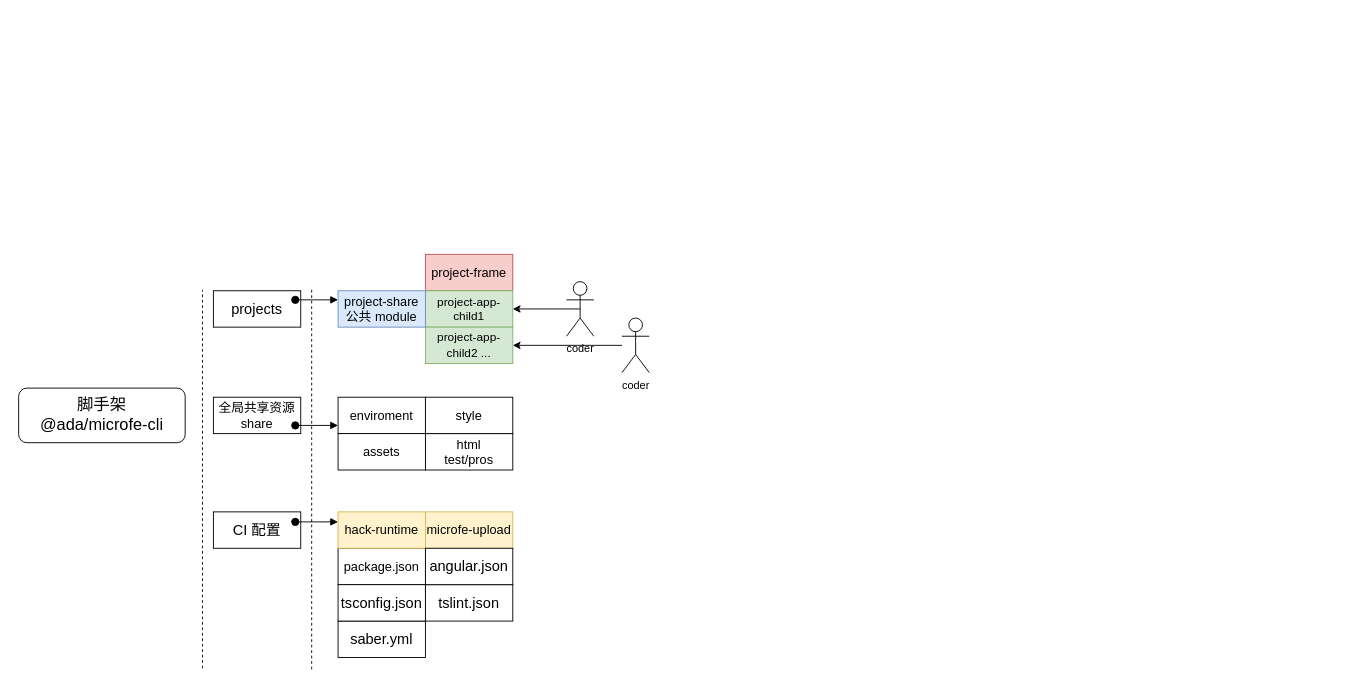
Above: packages/Untitled Diagram.drawio in Tony-Liuduan/micro-demo (draw.io), before the change. Source tidied: cells renumbered, new cells numbered last; positions are measured from the earlier drawing's top-left corner, leaving out a move shared by most shapes. Both pictures are drawn from the tidied source at 91%, with x=0, y=0 at pixel (18, 254).
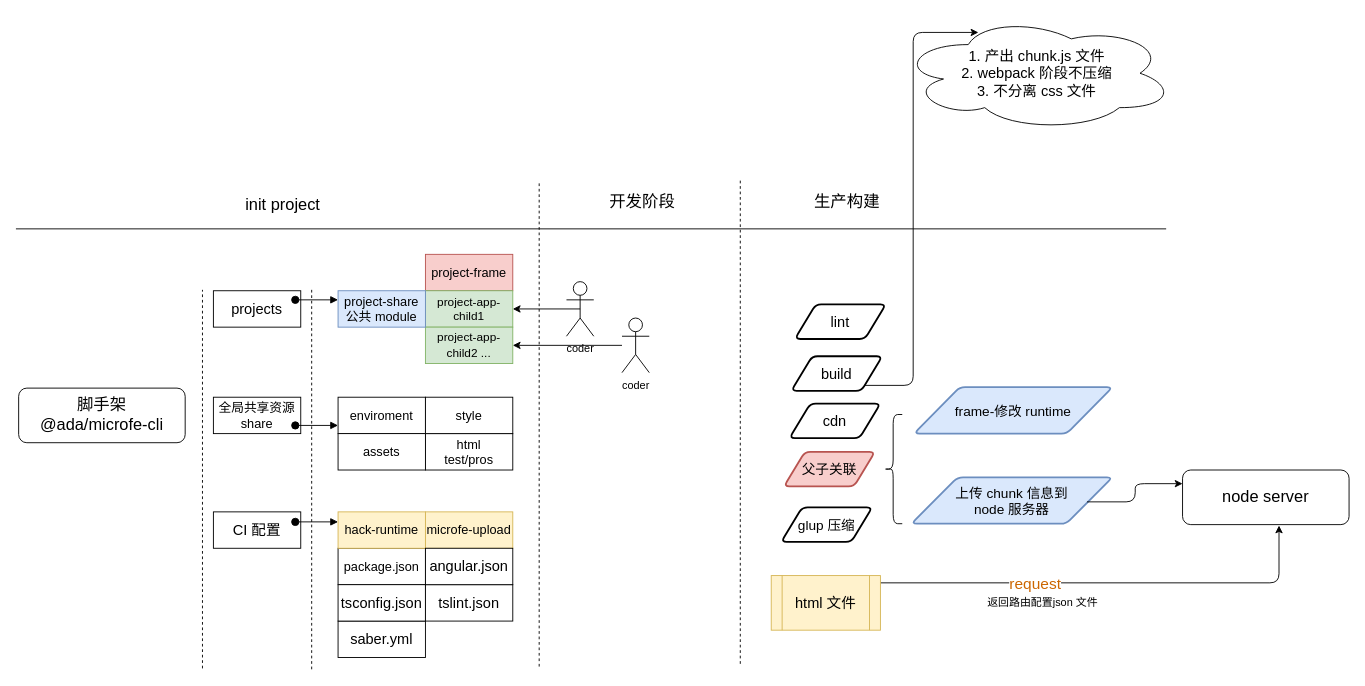
Above is the later version.

What changed in the source:
```diff
@@
+    <mxCell id="30" style="endArrow=none;dashed=1;html=1;" parent="1" edge="1">
+      <mxGeometry relative="1" as="geometry">
+        <mxPoint x="572" y="453" as="sourcePoint" />
+        <mxPoint x="572" y="-79" as="targetPoint" />
+      </mxGeometry>
+    </mxCell>
+    <mxCell id="31" style="endArrow=none;html=1;" parent="1" edge="1">
+      <mxGeometry relative="1" as="geometry">
+        <mxPoint x="-3" y="-28" as="sourcePoint" />
+        <mxPoint x="1261" y="-28" as="targetPoint" />
+      </mxGeometry>
+    </mxCell>
+    <mxCell id="32" style="endArrow=none;dashed=1;html=1;" parent="1" edge="1">
+      <mxGeometry relative="1" as="geometry">
+        <mxPoint x="793" y="450" as="sourcePoint" />
+        <mxPoint x="793" y="-82" as="targetPoint" />
+      </mxGeometry>
+    </mxCell>
+    <mxCell id="33" value="&lt;font style=&quot;font-size: 18px&quot;&gt;init project&lt;/font&gt;" style="text;html=1;align=center;verticalAlign=middle;" parent="1" vertex="1">
+      <mxGeometry x="244" y="-64" width="92" height="20" as="geometry" />
+    </mxCell>
+    <mxCell id="34" value="&lt;font style=&quot;font-size: 18px&quot;&gt;开发阶段&lt;/font&gt;" style="text;html=1;align=center;verticalAlign=middle;" parent="1" vertex="1">
+      <mxGeometry x="644" y="-67" width="82" height="20" as="geometry" />
+    </mxCell>
+    <mxCell id="35" value="&lt;span style=&quot;font-size: 18px&quot;&gt;生产构建&lt;/span&gt;" style="text;html=1;align=center;verticalAlign=middle;" parent="1" vertex="1">
+      <mxGeometry x="869" y="-67" width="82" height="20" as="geometry" />
+    </mxCell>
+    <mxCell id="36" value="&lt;font style=&quot;font-size: 16px&quot;&gt;build&lt;/font&gt;" style="shape=parallelogram;html=1;strokeWidth=2;perimeter=parallelogramPerimeter;whiteSpace=wrap;rounded=1;arcSize=12;size=0.23;" parent="1" vertex="1">
+      <mxGeometry x="849" y="112" width="100" height="38" as="geometry" />
+    </mxCell>
+    <mxCell id="37" value="&lt;font style=&quot;font-size: 16px&quot;&gt;cdn&lt;/font&gt;" style="shape=parallelogram;html=1;strokeWidth=2;perimeter=parallelogramPerimeter;whiteSpace=wrap;rounded=1;arcSize=12;size=0.23;" parent="1" vertex="1">
+      <mxGeometry x="847" y="164" width="100" height="38" as="geometry" />
+    </mxCell>
+    <mxCell id="38" value="&lt;font style=&quot;font-size: 16px&quot;&gt;lint&lt;/font&gt;" style="shape=parallelogram;html=1;strokeWidth=2;perimeter=parallelogramPerimeter;whiteSpace=wrap;rounded=1;arcSize=12;size=0.23;" parent="1" vertex="1">
+      <mxGeometry x="853" y="55" width="100" height="38" as="geometry" />
+    </mxCell>
+    <mxCell id="39" value="&lt;font style=&quot;font-size: 15px&quot;&gt;glup 压缩&lt;/font&gt;" style="shape=parallelogram;html=1;strokeWidth=2;perimeter=parallelogramPerimeter;whiteSpace=wrap;rounded=1;arcSize=12;size=0.23;" parent="1" vertex="1">
+      <mxGeometry x="838" y="278" width="100" height="38" as="geometry" />
+    </mxCell>
+    <mxCell id="40" value="&lt;div&gt;&lt;span style=&quot;font-size: 16px&quot;&gt;1. 产出 chunk.js 文件&lt;/span&gt;&lt;/div&gt;&lt;font style=&quot;font-size: 16px&quot;&gt;&lt;div&gt;&lt;span&gt;2. webpack 阶段不压缩&lt;/span&gt;&lt;/div&gt;&lt;div&gt;&lt;span&gt;3. 不分离 css 文件&lt;/span&gt;&lt;/div&gt;&lt;/font&gt;" style="ellipse;shape=cloud;whiteSpace=wrap;html=1;align=center;" parent="1" vertex="1">
+      <mxGeometry x="968" y="-262" width="302" height="126" as="geometry" />
+    </mxCell>
+    <mxCell id="41" style="edgeStyle=elbowEdgeStyle;elbow=horizontal;endArrow=classic;html=1;entryX=0.287;entryY=0.144;entryDx=0;entryDy=0;entryPerimeter=0;" parent="1" edge="1" source="36" target="40">
+      <mxGeometry relative="1" as="geometry">
+        <Array as="points">
+          <mxPoint x="983" y="144" />
+        </Array>
+      </mxGeometry>
+    </mxCell>
+    <mxCell id="42" value="&lt;span style=&quot;font-size: 15px&quot;&gt;frame-修改 runtime&lt;/span&gt;" style="shape=parallelogram;html=1;strokeWidth=2;perimeter=parallelogramPerimeter;whiteSpace=wrap;rounded=1;arcSize=12;size=0.23;fillColor=#dae8fc;strokeColor=#6c8ebf;" parent="1" vertex="1">
+      <mxGeometry x="984" y="146" width="218" height="51" as="geometry" />
+    </mxCell>
+    <mxCell id="43" value="&lt;span style=&quot;font-size: 15px&quot;&gt;上传 chunk 信息到 &lt;br&gt;node 服务器&lt;/span&gt;" style="shape=parallelogram;html=1;strokeWidth=2;perimeter=parallelogramPerimeter;whiteSpace=wrap;rounded=1;arcSize=12;size=0.23;fillColor=#dae8fc;strokeColor=#6c8ebf;" parent="1" vertex="1">
+      <mxGeometry x="981" y="245" width="221" height="51" as="geometry" />
+    </mxCell>
+    <mxCell id="44" value="&lt;span style=&quot;font-size: 15px&quot;&gt;父子关联&lt;/span&gt;" style="shape=parallelogram;html=1;strokeWidth=2;perimeter=parallelogramPerimeter;whiteSpace=wrap;rounded=1;arcSize=12;size=0.23;fillColor=#f8cecc;strokeColor=#b85450;" parent="1" vertex="1">
+      <mxGeometry x="841" y="217" width="100" height="38" as="geometry" />
+    </mxCell>
+    <mxCell id="45" style="shape=curlyBracket;whiteSpace=wrap;html=1;rounded=1;size=0.5;" parent="1" vertex="1">
+      <mxGeometry x="951" y="176" width="20" height="120" as="geometry" />
+    </mxCell>
+    <mxCell id="46" value="&lt;font style=&quot;font-size: 18px&quot;&gt;node server&lt;br&gt;&lt;/font&gt;" style="rounded=1;whiteSpace=wrap;html=1;" parent="1" vertex="1">
+      <mxGeometry x="1279" y="237" width="183" height="60" as="geometry" />
+    </mxCell>
+    <mxCell id="47" style="edgeStyle=elbowEdgeStyle;elbow=horizontal;endArrow=classic;html=1;entryX=0;entryY=0.25;entryDx=0;entryDy=0;" parent="1" edge="1" target="46">
+      <mxGeometry relative="1" as="geometry">
+        <mxPoint x="1174" y="272" as="sourcePoint" />
+      </mxGeometry>
+    </mxCell>
+    <mxCell id="48" style="edgeStyle=elbowEdgeStyle;elbow=horizontal;endArrow=classic;html=1;" parent="1" edge="1">
+      <mxGeometry relative="1" as="geometry">
+        <mxPoint x="945" y="361" as="sourcePoint" />
+        <mxPoint x="1385" y="298" as="targetPoint" />
+        <Array as="points">
+          <mxPoint x="1385" y="344" />
+        </Array>
+      </mxGeometry>
+    </mxCell>
+    <mxCell id="49" value="&lt;font style=&quot;font-size: 17px&quot; color=&quot;#cc6600&quot;&gt;request&lt;/font&gt;" style="edgeLabel;html=1;align=center;verticalAlign=middle;" parent="48" vertex="1">
+      <mxGeometry x="-0.32" y="-1" relative="1" as="geometry" />
+    </mxCell>
+    <mxCell id="50" value="&lt;font style=&quot;font-size: 16px&quot;&gt;html 文件&lt;/font&gt;" style="shape=process;whiteSpace=wrap;html=1;backgroundOutline=1;fillColor=#fff2cc;strokeColor=#d6b656;" parent="1" vertex="1">
+      <mxGeometry x="827" y="353" width="120" height="60" as="geometry" />
+    </mxCell>
+    <mxCell id="51" value="返回路由配置json 文件" style="text;html=1;align=center;verticalAlign=middle;" parent="1" vertex="1">
+      <mxGeometry x="1059" y="374" width="131" height="18" as="geometry" />
+    </mxCell>
```
